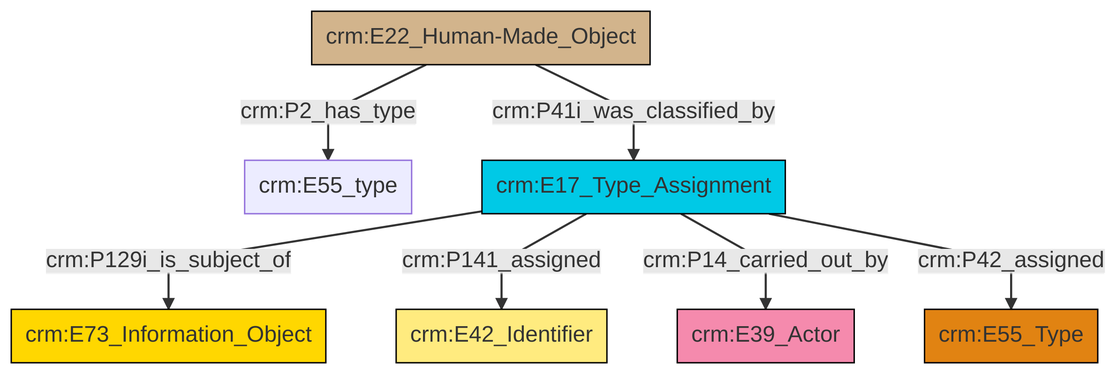
The Mermaid diagram et/builtWorkCSV/ttl/mmd/png/Built_Work_designation_status.png in swiss-art-research-net/reference-data-models, before a commit. Its source is kept beside it as et/builtWorkCSV/ttl/mmd/Built_Work_designation_status.ttl.mmd.
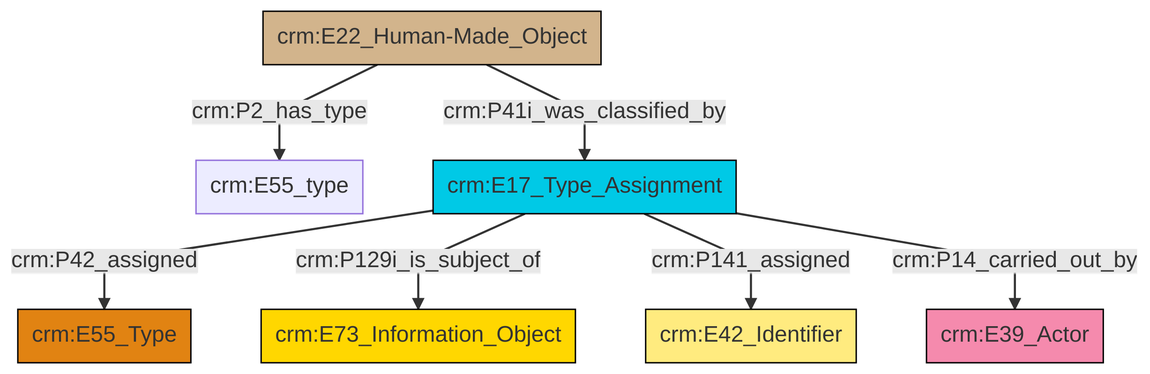
Above is the later version.

What changed in the source:
```diff
@@ -14,8 +14,8 @@
 classDef Multi fill:#cccccc,stroke:#000000;
 
 0["crm:E22_Human-Made_Object"]:::Physical_Thing -->|crm:P2_has_type| 1["crm:E55_type"]:::Default
-2["crm:E17_Type_Assignment"]:::Temporal_Entity -->|crm:P129i_is_subject_of| 3["crm:E73_Information_Object"]:::Conceptual_Object
-2["crm:E17_Type_Assignment"]:::Temporal_Entity -->|crm:P141_assigned| 4["crm:E42_Identifier"]:::Appellation
-2["crm:E17_Type_Assignment"]:::Temporal_Entity -->|crm:P14_carried_out_by| 7["crm:E39_Actor"]:::Actor
-2["crm:E17_Type_Assignment"]:::Temporal_Entity -->|crm:P42_assigned| 5["crm:E55_Type"]:::Type
+2["crm:E17_Type_Assignment"]:::Temporal_Entity -->|crm:P42_assigned| 3["crm:E55_Type"]:::Type
+2["crm:E17_Type_Assignment"]:::Temporal_Entity -->|crm:P129i_is_subject_of| 9["crm:E73_Information_Object"]:::Conceptual_Object
+2["crm:E17_Type_Assignment"]:::Temporal_Entity -->|crm:P141_assigned| 7["crm:E42_Identifier"]:::Appellation
 0["crm:E22_Human-Made_Object"]:::Physical_Thing -->|crm:P41i_was_classified_by| 2["crm:E17_Type_Assignment"]:::Temporal_Entity
+2["crm:E17_Type_Assignment"]:::Temporal_Entity -->|crm:P14_carried_out_by| 4["crm:E39_Actor"]:::Actor
```
